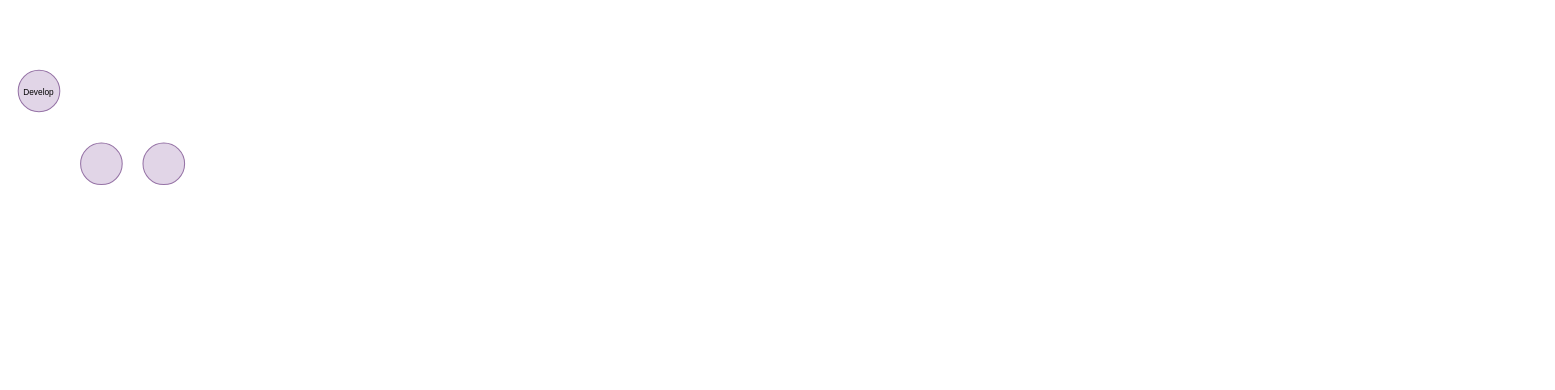
JeffGeoMP/Banca_Virtual keeps this draw.io diagram as Documentacion/Workflow del Repositorio.drawio. Above is the earlier version. Source tidied: cells renumbered, new cells numbered last; positions are measured from the earlier drawing's top-left corner, leaving out a move shared by most shapes. Both pictures are drawn from the tidied source at 104%, with x=0, y=0 at pixel (18, 70).
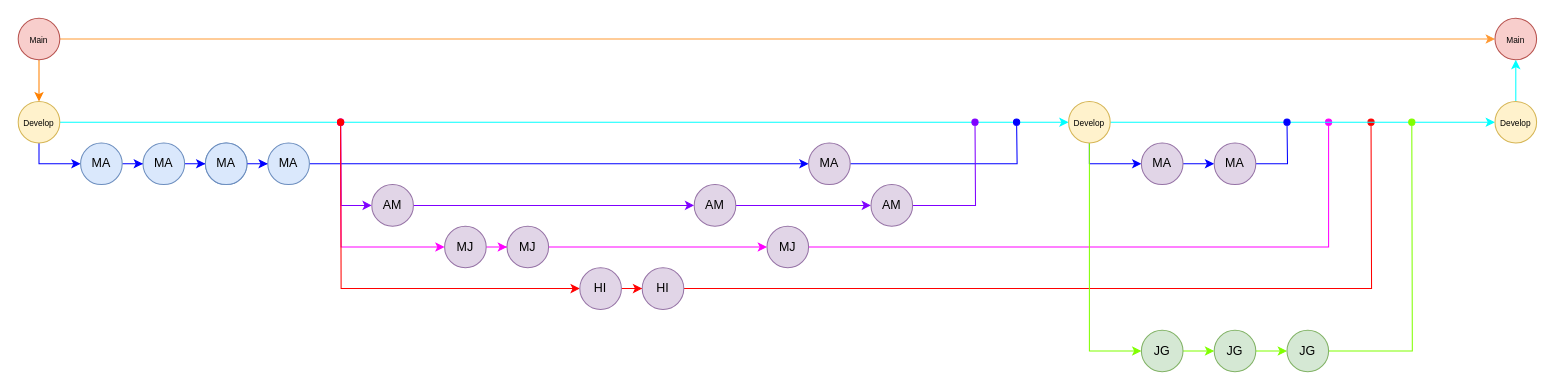
Above is the later version.

The edit, as a diff of the source:
```diff
@@
+    <mxCell id="5" style="edgeStyle=orthogonalEdgeStyle;rounded=0;jettySize=auto;html=1;strokeColor=#00FFFF;fillColor=#dae8fc;" parent="1" edge="1" source="2" target="38">
+      <mxGeometry relative="1" as="geometry" />
+    </mxCell>
+    <mxCell id="6" style="edgeStyle=orthogonalEdgeStyle;rounded=0;jettySize=auto;html=1;strokeColor=#0000FF;" parent="1" edge="1" source="2" target="3">
+      <mxGeometry relative="1" as="geometry">
+        <Array as="points">
+          <mxPoint x="20" y="90" />
+        </Array>
+      </mxGeometry>
+    </mxCell>
-    <mxCell id="2" value="&lt;font style=&quot;font-size: 8px&quot;&gt;Develop&lt;/font&gt;" style="ellipse;whiteSpace=wrap;html=1;fillColor=#e1d5e7;strokeColor=#9673a6;" parent="1" vertex="1">
-      <mxGeometry width="40" height="40" as="geometry" />
+    <mxCell id="2" value="&lt;font style=&quot;font-size: 8px&quot;&gt;Develop&lt;/font&gt;" style="ellipse;whiteSpace=wrap;html=1;fillColor=#fff2cc;strokeColor=#d6b656;" parent="1" vertex="1">
+      <mxGeometry y="30" width="40" height="40" as="geometry" />
     </mxCell>
+    <mxCell id="7" style="edgeStyle=orthogonalEdgeStyle;rounded=0;jettySize=auto;html=1;strokeColor=#0000FF;" parent="1" edge="1" source="3" target="4">
+      <mxGeometry relative="1" as="geometry" />
+    </mxCell>
-    <mxCell id="3" style="ellipse;whiteSpace=wrap;html=1;fillColor=#e1d5e7;strokeColor=#9673a6;" parent="1" vertex="1">
+    <mxCell id="3" value="MA" style="ellipse;whiteSpace=wrap;html=1;fillColor=#dae8fc;strokeColor=#6c8ebf;" parent="1" vertex="1">
       <mxGeometry x="60" y="70" width="40" height="40" as="geometry" />
     </mxCell>
+    <mxCell id="8" style="ellipse;whiteSpace=wrap;html=1;fillColor=#dae8fc;strokeColor=#6c8ebf;" parent="1" vertex="1">
+      <mxGeometry x="180" y="70" width="40" height="40" as="geometry" />
+    </mxCell>
+    <mxCell id="9" style="edgeStyle=orthogonalEdgeStyle;rounded=0;jettySize=auto;html=1;entryX=0;entryY=0.5;entryDx=0;entryDy=0;strokeColor=#0000FF;" parent="1" edge="1" source="4" target="11">
+      <mxGeometry relative="1" as="geometry" />
+    </mxCell>
-    <mxCell id="4" style="ellipse;whiteSpace=wrap;html=1;fillColor=#e1d5e7;strokeColor=#9673a6;" parent="1" vertex="1">
+    <mxCell id="4" value="MA" style="ellipse;whiteSpace=wrap;html=1;fillColor=#dae8fc;strokeColor=#6c8ebf;" parent="1" vertex="1">
       <mxGeometry x="120" y="70" width="40" height="40" as="geometry" />
     </mxCell>
+    <mxCell id="10" style="edgeStyle=orthogonalEdgeStyle;rounded=0;jettySize=auto;html=1;entryX=0;entryY=0.5;entryDx=0;entryDy=0;strokeColor=#0000FF;" parent="1" edge="1" source="11" target="13">
+      <mxGeometry relative="1" as="geometry" />
+    </mxCell>
+    <mxCell id="11" value="MA" style="ellipse;whiteSpace=wrap;html=1;fillColor=#dae8fc;strokeColor=#6c8ebf;" parent="1" vertex="1">
+      <mxGeometry x="180" y="70" width="40" height="40" as="geometry" />
+    </mxCell>
+    <mxCell id="12" style="edgeStyle=orthogonalEdgeStyle;rounded=0;jettySize=auto;html=1;strokeColor=#0000FF;" parent="1" edge="1" source="13" target="32">
+      <mxGeometry relative="1" as="geometry" />
+    </mxCell>
+    <mxCell id="13" value="MA" style="ellipse;whiteSpace=wrap;html=1;fillColor=#dae8fc;strokeColor=#6c8ebf;" parent="1" vertex="1">
+      <mxGeometry x="240" y="70" width="40" height="40" as="geometry" />
+    </mxCell>
+    <mxCell id="14" style="edgeStyle=orthogonalEdgeStyle;rounded=0;jettySize=auto;html=1;entryX=0;entryY=0.5;entryDx=0;entryDy=0;strokeColor=#7F00FF;" parent="1" edge="1" source="16" target="28">
+      <mxGeometry relative="1" as="geometry" />
+    </mxCell>
+    <mxCell id="15" style="edgeStyle=orthogonalEdgeStyle;rounded=0;jettySize=auto;html=1;strokeColor=#7F00FF;startArrow=classic;startFill=1;endArrow=oval;endFill=1;" parent="1" edge="1" source="16">
+      <mxGeometry relative="1" as="geometry">
+        <mxPoint x="310" y="50" as="targetPoint" />
+      </mxGeometry>
+    </mxCell>
+    <mxCell id="16" value="AM" style="ellipse;whiteSpace=wrap;html=1;fillColor=#e1d5e7;strokeColor=#9673a6;" parent="1" vertex="1">
+      <mxGeometry x="340" y="110" width="40" height="40" as="geometry" />
+    </mxCell>
+    <mxCell id="17" style="edgeStyle=orthogonalEdgeStyle;rounded=0;jettySize=auto;html=1;entryX=0;entryY=0.5;entryDx=0;entryDy=0;strokeColor=#FF00FF;" parent="1" edge="1" source="19" target="21">
+      <mxGeometry relative="1" as="geometry" />
+    </mxCell>
+    <mxCell id="18" style="edgeStyle=orthogonalEdgeStyle;rounded=0;jettySize=auto;html=1;strokeColor=#FF00FF;startArrow=classic;startFill=1;endArrow=oval;endFill=1;" parent="1" edge="1" source="19">
+      <mxGeometry relative="1" as="geometry">
+        <mxPoint x="310" y="50" as="targetPoint" />
+      </mxGeometry>
+    </mxCell>
+    <mxCell id="19" value="MJ" style="ellipse;whiteSpace=wrap;html=1;fillColor=#e1d5e7;strokeColor=#9673a6;" parent="1" vertex="1">
+      <mxGeometry x="410" y="150" width="40" height="40" as="geometry" />
+    </mxCell>
+    <mxCell id="20" style="edgeStyle=orthogonalEdgeStyle;rounded=0;jettySize=auto;html=1;entryX=0;entryY=0.5;entryDx=0;entryDy=0;strokeColor=#FF00FF;" parent="1" edge="1" source="21" target="30">
+      <mxGeometry relative="1" as="geometry" />
+    </mxCell>
+    <mxCell id="21" value="MJ" style="ellipse;whiteSpace=wrap;html=1;fillColor=#e1d5e7;strokeColor=#9673a6;" parent="1" vertex="1">
+      <mxGeometry x="470" y="150" width="40" height="40" as="geometry" />
+    </mxCell>
+    <mxCell id="22" style="edgeStyle=orthogonalEdgeStyle;rounded=0;jettySize=auto;html=1;strokeColor=#FF0000;" parent="1" edge="1" source="24" target="26">
+      <mxGeometry relative="1" as="geometry" />
+    </mxCell>
+    <mxCell id="23" style="edgeStyle=orthogonalEdgeStyle;rounded=0;jettySize=auto;html=1;strokeColor=#FF0000;startArrow=classic;startFill=1;endArrow=oval;endFill=1;" parent="1" edge="1" source="24">
+      <mxGeometry relative="1" as="geometry">
+        <mxPoint x="310" y="50" as="targetPoint" />
+      </mxGeometry>
+    </mxCell>
+    <mxCell id="24" value="HI" style="ellipse;whiteSpace=wrap;html=1;fillColor=#e1d5e7;strokeColor=#9673a6;" parent="1" vertex="1">
+      <mxGeometry x="540" y="190" width="40" height="40" as="geometry" />
+    </mxCell>
+    <mxCell id="25" style="edgeStyle=orthogonalEdgeStyle;rounded=0;jettySize=auto;html=1;startArrow=none;startFill=0;endArrow=oval;endFill=1;strokeColor=#FF0000;" parent="1" edge="1" source="26">
+      <mxGeometry relative="1" as="geometry">
+        <mxPoint x="1300.8" y="50" as="targetPoint" />
+      </mxGeometry>
+    </mxCell>
+    <mxCell id="26" value="HI" style="ellipse;whiteSpace=wrap;html=1;fillColor=#e1d5e7;strokeColor=#9673a6;" parent="1" vertex="1">
+      <mxGeometry x="600" y="190" width="40" height="40" as="geometry" />
+    </mxCell>
+    <mxCell id="27" style="edgeStyle=orthogonalEdgeStyle;rounded=0;jettySize=auto;html=1;entryX=0;entryY=0.5;entryDx=0;entryDy=0;strokeColor=#7F00FF;" parent="1" edge="1" source="28" target="34">
+      <mxGeometry relative="1" as="geometry" />
+    </mxCell>
+    <mxCell id="28" value="AM" style="ellipse;whiteSpace=wrap;html=1;fillColor=#e1d5e7;strokeColor=#9673a6;" parent="1" vertex="1">
+      <mxGeometry x="650" y="110" width="40" height="40" as="geometry" />
+    </mxCell>
+    <mxCell id="29" style="edgeStyle=orthogonalEdgeStyle;rounded=0;jettySize=auto;html=1;startArrow=none;startFill=0;endArrow=oval;endFill=1;strokeColor=#FF00FF;" parent="1" edge="1" source="30">
+      <mxGeometry relative="1" as="geometry">
+        <mxPoint x="1260" y="50" as="targetPoint" />
+        <Array as="points">
+          <mxPoint x="1260" y="170" />
+          <mxPoint x="1260" y="50" />
+        </Array>
+      </mxGeometry>
+    </mxCell>
+    <mxCell id="30" value="MJ" style="ellipse;whiteSpace=wrap;html=1;fillColor=#e1d5e7;strokeColor=#9673a6;" parent="1" vertex="1">
+      <mxGeometry x="720" y="150" width="40" height="40" as="geometry" />
+    </mxCell>
+    <mxCell id="31" style="edgeStyle=orthogonalEdgeStyle;rounded=0;jettySize=auto;html=1;startArrow=none;startFill=0;strokeColor=#0000FF;endArrow=oval;endFill=1;" parent="1" edge="1" source="32">
+      <mxGeometry relative="1" as="geometry">
+        <mxPoint x="960" y="50" as="targetPoint" />
+      </mxGeometry>
+    </mxCell>
+    <mxCell id="32" value="MA" style="ellipse;whiteSpace=wrap;html=1;fillColor=#e1d5e7;strokeColor=#9673a6;" parent="1" vertex="1">
+      <mxGeometry x="760" y="70" width="40" height="40" as="geometry" />
+    </mxCell>
+    <mxCell id="33" style="edgeStyle=orthogonalEdgeStyle;rounded=0;jettySize=auto;html=1;startArrow=none;startFill=0;strokeColor=#7F00FF;endArrow=oval;endFill=1;" parent="1" edge="1" source="34">
+      <mxGeometry relative="1" as="geometry">
+        <mxPoint x="920" y="50" as="targetPoint" />
+      </mxGeometry>
+    </mxCell>
+    <mxCell id="34" value="AM" style="ellipse;whiteSpace=wrap;html=1;fillColor=#e1d5e7;strokeColor=#9673a6;" parent="1" vertex="1">
+      <mxGeometry x="820" y="110" width="40" height="40" as="geometry" />
+    </mxCell>
+    <mxCell id="35" style="edgeStyle=orthogonalEdgeStyle;rounded=0;jettySize=auto;html=1;startArrow=none;startFill=0;endArrow=classic;endFill=1;strokeColor=#00FFFF;" parent="1" edge="1" source="38" target="54">
+      <mxGeometry relative="1" as="geometry">
+        <Array as="points">
+          <mxPoint x="1300" y="50" />
+          <mxPoint x="1300" y="50" />
+        </Array>
+      </mxGeometry>
+    </mxCell>
+    <mxCell id="36" style="edgeStyle=orthogonalEdgeStyle;rounded=0;jettySize=auto;html=1;startArrow=none;startFill=0;endArrow=classic;endFill=1;strokeColor=#0000FF;" parent="1" edge="1" source="38" target="43">
+      <mxGeometry relative="1" as="geometry">
+        <Array as="points">
+          <mxPoint x="1030" y="90" />
+        </Array>
+      </mxGeometry>
+    </mxCell>
+    <mxCell id="37" style="edgeStyle=orthogonalEdgeStyle;rounded=0;jettySize=auto;html=1;entryX=0;entryY=0.5;entryDx=0;entryDy=0;startArrow=none;startFill=0;endArrow=classic;endFill=1;strokeColor=#80FF00;" parent="1" edge="1" source="38" target="47">
+      <mxGeometry relative="1" as="geometry">
+        <Array as="points">
+          <mxPoint x="1030" y="270" />
+        </Array>
+      </mxGeometry>
+    </mxCell>
+    <mxCell id="38" value="&lt;font style=&quot;font-size: 8px&quot;&gt;Develop&lt;/font&gt;" style="ellipse;whiteSpace=wrap;html=1;fillColor=#fff2cc;strokeColor=#d6b656;" parent="1" vertex="1">
+      <mxGeometry x="1010" y="30" width="40" height="40" as="geometry" />
+    </mxCell>
+    <mxCell id="39" style="edgeStyle=orthogonalEdgeStyle;rounded=0;jettySize=auto;html=1;entryX=0.5;entryY=0;entryDx=0;entryDy=0;strokeColor=#FF8000;" parent="1" edge="1" source="41" target="2">
+      <mxGeometry relative="1" as="geometry" />
+    </mxCell>
+    <mxCell id="40" style="edgeStyle=orthogonalEdgeStyle;rounded=0;jettySize=auto;html=1;entryX=0;entryY=0.5;entryDx=0;entryDy=0;startArrow=none;startFill=0;endArrow=classic;endFill=1;strokeColor=#FF9933;" parent="1" edge="1" source="41" target="52">
+      <mxGeometry relative="1" as="geometry" />
+    </mxCell>
+    <mxCell id="41" value="&lt;font style=&quot;font-size: 8px&quot;&gt;Main&lt;/font&gt;" style="ellipse;whiteSpace=wrap;html=1;fillColor=#f8cecc;strokeColor=#b85450;" parent="1" vertex="1">
+      <mxGeometry y="-50" width="40" height="40" as="geometry" />
+    </mxCell>
+    <mxCell id="42" style="edgeStyle=orthogonalEdgeStyle;rounded=0;jettySize=auto;html=1;entryX=0;entryY=0.5;entryDx=0;entryDy=0;startArrow=none;startFill=0;endArrow=classic;endFill=1;strokeColor=#0000FF;" parent="1" edge="1" source="43" target="45">
+      <mxGeometry relative="1" as="geometry" />
+    </mxCell>
+    <mxCell id="43" value="MA" style="ellipse;whiteSpace=wrap;html=1;fillColor=#e1d5e7;strokeColor=#9673a6;" parent="1" vertex="1">
+      <mxGeometry x="1080" y="70" width="40" height="40" as="geometry" />
+    </mxCell>
+    <mxCell id="44" style="edgeStyle=orthogonalEdgeStyle;rounded=0;jettySize=auto;html=1;startArrow=none;startFill=0;endArrow=oval;endFill=1;strokeColor=#0000FF;" parent="1" edge="1" source="45">
+      <mxGeometry relative="1" as="geometry">
+        <mxPoint x="1220" y="50" as="targetPoint" />
+      </mxGeometry>
+    </mxCell>
+    <mxCell id="45" value="MA" style="ellipse;whiteSpace=wrap;html=1;fillColor=#e1d5e7;strokeColor=#9673a6;" parent="1" vertex="1">
+      <mxGeometry x="1150" y="70" width="40" height="40" as="geometry" />
+    </mxCell>
+    <mxCell id="46" style="edgeStyle=orthogonalEdgeStyle;rounded=0;jettySize=auto;html=1;startArrow=none;startFill=0;endArrow=classic;endFill=1;strokeColor=#80FF00;" parent="1" edge="1" source="47" target="49">
+      <mxGeometry relative="1" as="geometry" />
+    </mxCell>
+    <mxCell id="47" value="JG" style="ellipse;whiteSpace=wrap;html=1;fillColor=#d5e8d4;strokeColor=#82b366;" parent="1" vertex="1">
+      <mxGeometry x="1080" y="250" width="40" height="40" as="geometry" />
+    </mxCell>
+    <mxCell id="48" style="edgeStyle=orthogonalEdgeStyle;rounded=0;jettySize=auto;html=1;entryX=0;entryY=0.5;entryDx=0;entryDy=0;startArrow=none;startFill=0;endArrow=classic;endFill=1;strokeColor=#80FF00;" parent="1" edge="1" source="49" target="51">
+      <mxGeometry relative="1" as="geometry" />
+    </mxCell>
+    <mxCell id="49" value="JG" style="ellipse;whiteSpace=wrap;html=1;fillColor=#d5e8d4;strokeColor=#82b366;" parent="1" vertex="1">
+      <mxGeometry x="1150" y="250" width="40" height="40" as="geometry" />
+    </mxCell>
+    <mxCell id="50" style="edgeStyle=orthogonalEdgeStyle;rounded=0;jettySize=auto;html=1;startArrow=none;startFill=0;endArrow=oval;endFill=1;strokeColor=#80FF00;" parent="1" edge="1" source="51">
+      <mxGeometry relative="1" as="geometry">
+        <mxPoint x="1340" y="50" as="targetPoint" />
+      </mxGeometry>
+    </mxCell>
+    <mxCell id="51" value="JG" style="ellipse;whiteSpace=wrap;html=1;fillColor=#d5e8d4;strokeColor=#82b366;" parent="1" vertex="1">
+      <mxGeometry x="1220" y="250" width="40" height="40" as="geometry" />
+    </mxCell>
+    <mxCell id="52" value="&lt;font style=&quot;font-size: 8px&quot;&gt;Main&lt;/font&gt;" style="ellipse;whiteSpace=wrap;html=1;fillColor=#f8cecc;strokeColor=#b85450;" parent="1" vertex="1">
+      <mxGeometry x="1420" y="-50" width="40" height="40" as="geometry" />
+    </mxCell>
+    <mxCell id="53" style="edgeStyle=orthogonalEdgeStyle;rounded=0;jettySize=auto;html=1;entryX=0.5;entryY=1;entryDx=0;entryDy=0;startArrow=none;startFill=0;endArrow=classic;endFill=1;strokeColor=#00FFFF;" parent="1" edge="1" source="54" target="52">
+      <mxGeometry relative="1" as="geometry" />
+    </mxCell>
+    <mxCell id="54" value="&lt;font style=&quot;font-size: 8px&quot;&gt;Develop&lt;/font&gt;" style="ellipse;whiteSpace=wrap;html=1;fillColor=#fff2cc;strokeColor=#d6b656;" parent="1" vertex="1">
+      <mxGeometry x="1420" y="30" width="40" height="40" as="geometry" />
+    </mxCell>
```
